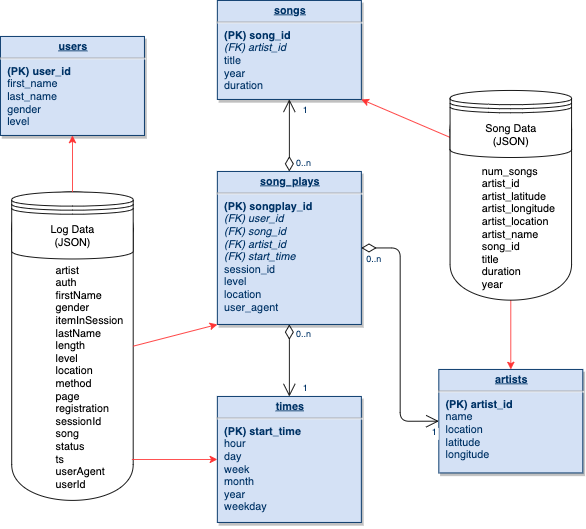
Above: p1/assets/images/StarSchemaDesign.png in BaderAlshaya/Udacity_DEND (draw.io), before the change. Source tidied: cells renumbered, new cells last; positions are measured from the earlier drawing's top-left corner, leaving out a move shared by most shapes.
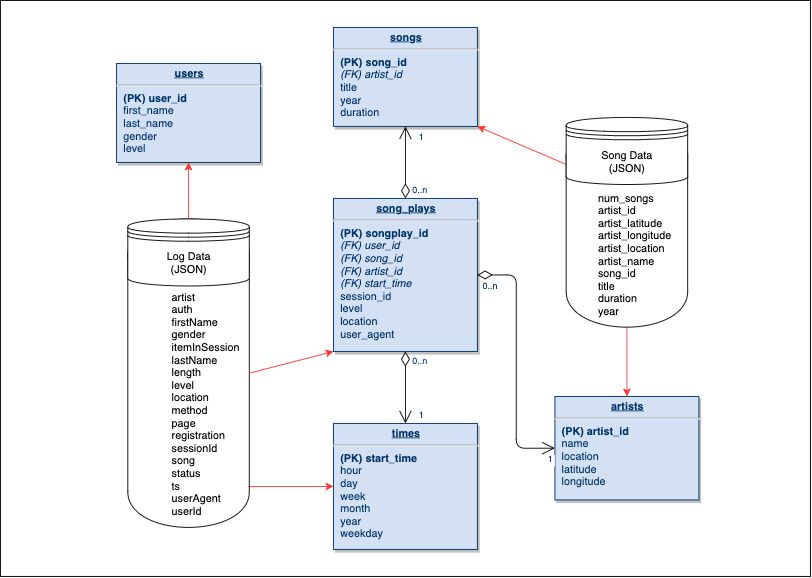
Above is the later version.

The edit, as a diff of the source:
```diff
@@ -2,6 +2,9 @@
   <root>
     <mxCell id="0" />
     <mxCell id="1" parent="0" />
+    <mxCell id="26" style="rounded=0;whiteSpace=wrap;html=1;" parent="1" vertex="1">
+      <mxGeometry x="-129" y="-30" width="900" height="640" as="geometry" />
+    </mxCell>
     <mxCell id="2" value="&lt;br&gt;&lt;br&gt;&amp;nbsp; &amp;nbsp; &amp;nbsp; &amp;nbsp; &amp;nbsp; &amp;nbsp; &amp;nbsp; artist&lt;br&gt;&amp;nbsp; &amp;nbsp; &amp;nbsp; &amp;nbsp; &amp;nbsp; &amp;nbsp; &amp;nbsp;&amp;nbsp;auth&lt;br&gt;&amp;nbsp; &amp;nbsp; &amp;nbsp; &amp;nbsp; &amp;nbsp; &amp;nbsp; &amp;nbsp;&amp;nbsp;firstName&lt;br&gt;&amp;nbsp; &amp;nbsp; &amp;nbsp; &amp;nbsp; &amp;nbsp; &amp;nbsp; &amp;nbsp;&amp;nbsp;gender&lt;br&gt;&amp;nbsp; &amp;nbsp; &amp;nbsp; &amp;nbsp; &amp;nbsp; &amp;nbsp; &amp;nbsp;&amp;nbsp;itemInSession&lt;br&gt;&amp;nbsp; &amp;nbsp; &amp;nbsp; &amp;nbsp; &amp;nbsp; &amp;nbsp; &amp;nbsp;&amp;nbsp;lastName&lt;br&gt;&amp;nbsp; &amp;nbsp; &amp;nbsp; &amp;nbsp; &amp;nbsp; &amp;nbsp; &amp;nbsp;&amp;nbsp;length&lt;br&gt;&amp;nbsp; &amp;nbsp; &amp;nbsp; &amp;nbsp; &amp;nbsp; &amp;nbsp; &amp;nbsp;&amp;nbsp;level&lt;br&gt;&amp;nbsp; &amp;nbsp; &amp;nbsp; &amp;nbsp; &amp;nbsp; &amp;nbsp; &amp;nbsp;&amp;nbsp;location&lt;br&gt;&amp;nbsp; &amp;nbsp; &amp;nbsp; &amp;nbsp; &amp;nbsp; &amp;nbsp; &amp;nbsp;&amp;nbsp;method&lt;br&gt;&amp;nbsp; &amp;nbsp; &amp;nbsp; &amp;nbsp; &amp;nbsp; &amp;nbsp; &amp;nbsp;&amp;nbsp;page&lt;br&gt;&amp;nbsp; &amp;nbsp; &amp;nbsp; &amp;nbsp; &amp;nbsp; &amp;nbsp; &amp;nbsp;&amp;nbsp;registration&lt;br&gt;&amp;nbsp; &amp;nbsp; &amp;nbsp; &amp;nbsp; &amp;nbsp; &amp;nbsp; &amp;nbsp;&amp;nbsp;sessionId&lt;br&gt;&amp;nbsp; &amp;nbsp; &amp;nbsp; &amp;nbsp; &amp;nbsp; &amp;nbsp; &amp;nbsp;&amp;nbsp;song&lt;br&gt;&amp;nbsp; &amp;nbsp; &amp;nbsp; &amp;nbsp; &amp;nbsp; &amp;nbsp; &amp;nbsp;&amp;nbsp;status&lt;br&gt;&amp;nbsp; &amp;nbsp; &amp;nbsp; &amp;nbsp; &amp;nbsp; &amp;nbsp; &amp;nbsp;&amp;nbsp;ts&lt;br&gt;&amp;nbsp; &amp;nbsp; &amp;nbsp; &amp;nbsp; &amp;nbsp; &amp;nbsp; &amp;nbsp;&amp;nbsp;userAgent&lt;br&gt;&amp;nbsp; &amp;nbsp; &amp;nbsp; &amp;nbsp; &amp;nbsp; &amp;nbsp; &amp;nbsp;&amp;nbsp;userId" style="shape=cylinder;whiteSpace=wrap;html=1;boundedLbl=1;backgroundOutline=1;align=left;" parent="1" vertex="1">
       <mxGeometry x="12.5" y="212.8" width="135" height="342.8" as="geometry" />
     </mxCell>
```
